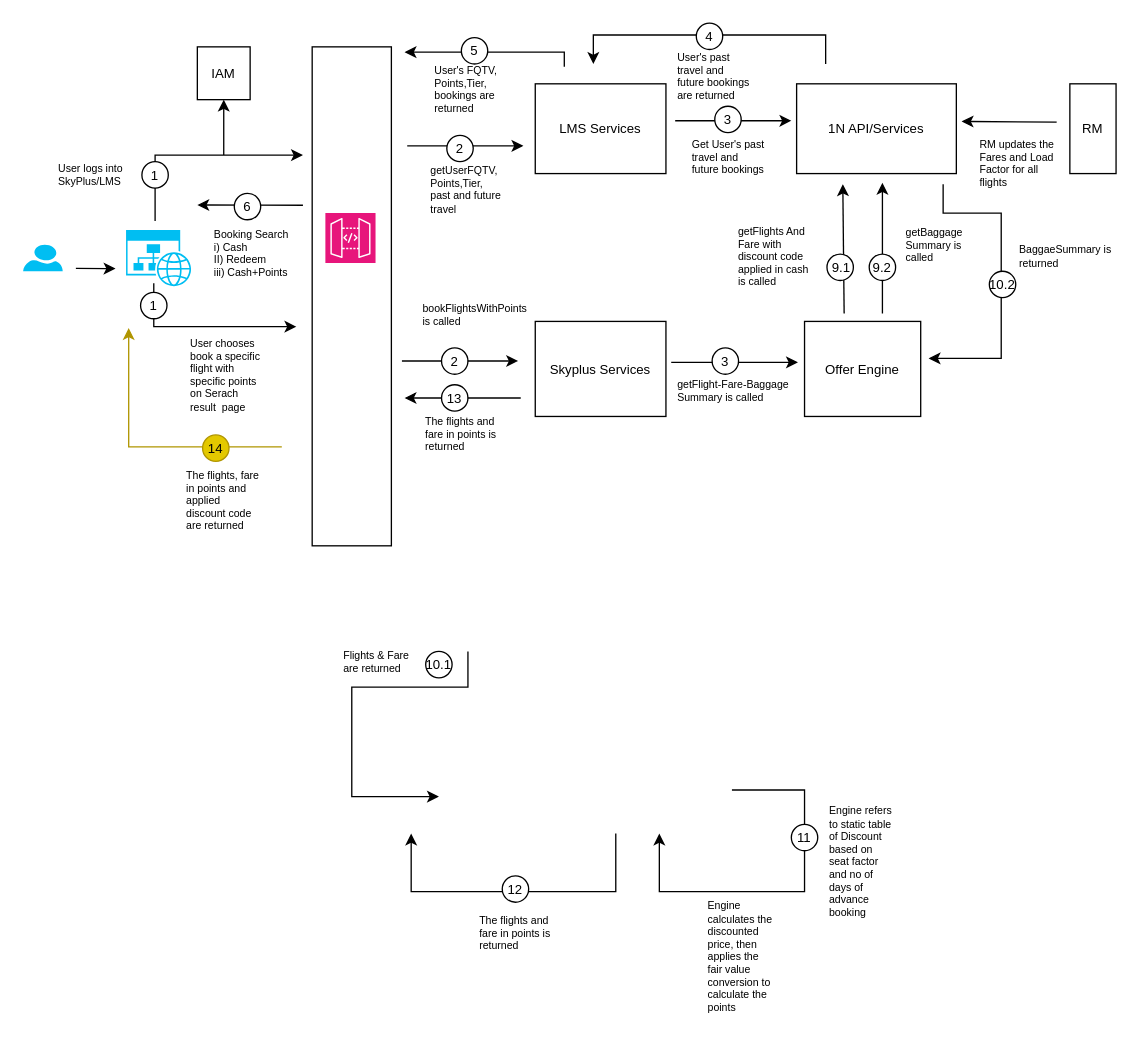
Above: page "Page-2" (2 of 2) of Copy of LM Data Flow.drawio in nchauhan4/drawings (draw.io), before the change. Source tidied: cells renumbered, new cells numbered last; positions are measured from the earlier drawing's top-left corner, leaving out a move shared by most shapes. Both pictures are drawn from the tidied source at 132%, with x=0, y=0 at pixel (22, 22).
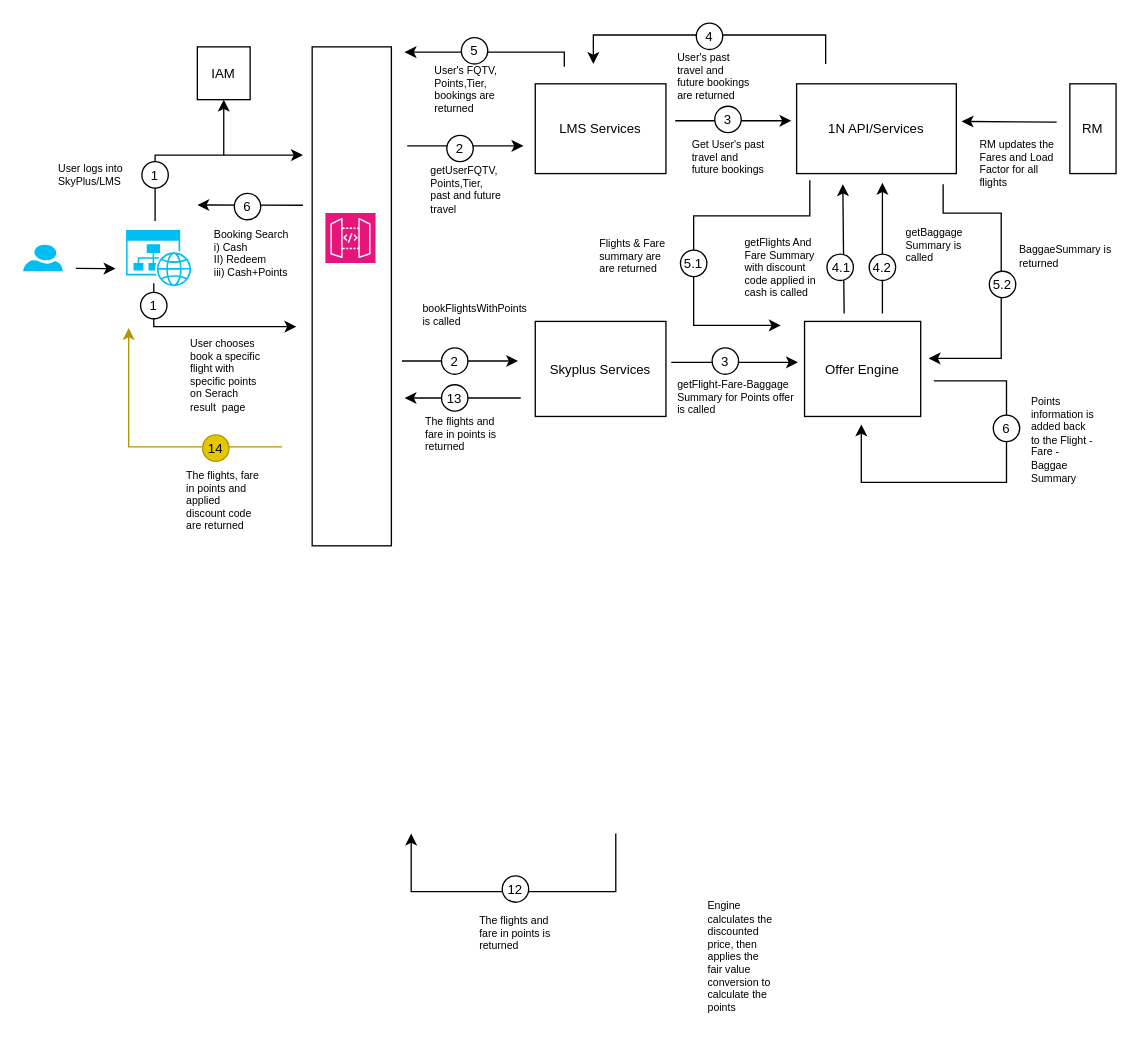
After the change.

The edit, as a diff of the source:
```diff
@@
-    <mxCell id="36" value="getFlights And Fare with discount code applied in cash is called" style="text;html=1;strokeColor=none;fillColor=none;align=left;verticalAlign=top;whiteSpace=wrap;rounded=0;fontSize=8;" parent="1" vertex="1">
-      <mxGeometry x="540" y="146.5" width="58.5" height="58.5" as="geometry" />
+    <mxCell id="36" value="getFlights And Fare Summary&amp;nbsp; with discount code applied in cash is called" style="text;html=1;strokeColor=none;fillColor=none;align=left;verticalAlign=top;whiteSpace=wrap;rounded=0;fontSize=8;" parent="1" vertex="1">
+      <mxGeometry x="545" y="154.5" width="58.5" height="58.5" as="geometry" />
     </mxCell>
@@
-    <mxCell id="50" value="&lt;span style=&quot;font-size: 10px;&quot;&gt;9.1&lt;/span&gt;" style="text;html=1;strokeColor=none;fillColor=none;align=center;verticalAlign=middle;whiteSpace=wrap;rounded=0;" parent="1" vertex="1">
+    <mxCell id="50" value="&lt;span style=&quot;font-size: 10px;&quot;&gt;4.1&lt;/span&gt;" style="text;html=1;strokeColor=none;fillColor=none;align=center;verticalAlign=middle;whiteSpace=wrap;rounded=0;" parent="1" vertex="1">
       <mxGeometry x="605" y="175" width="30" height="20" as="geometry" />
     </mxCell>
@@
-    <mxCell id="52" value="&lt;span style=&quot;font-size: 10px;&quot;&gt;9.2&lt;/span&gt;" style="text;html=1;strokeColor=none;fillColor=none;align=center;verticalAlign=middle;whiteSpace=wrap;rounded=0;" parent="1" vertex="1">
+    <mxCell id="52" value="&lt;span style=&quot;font-size: 10px;&quot;&gt;4.2&lt;/span&gt;" style="text;html=1;strokeColor=none;fillColor=none;align=center;verticalAlign=middle;whiteSpace=wrap;rounded=0;" parent="1" vertex="1">
       <mxGeometry x="636" y="175" width="30" height="20" as="geometry" />
     </mxCell>
@@
     <mxCell id="54" style="endArrow=classic;html=1;rounded=0;" parent="1" edge="1">
       <mxGeometry relative="1" as="geometry">
-        <mxPoint x="337" y="476" as="sourcePoint" />
-        <mxPoint x="315" y="586" as="targetPoint" />
+        <mxPoint x="596" y="119" as="sourcePoint" />
+        <mxPoint x="574" y="229" as="targetPoint" />
         <Array as="points">
-          <mxPoint x="337" y="503" />
-          <mxPoint x="249" y="503" />
-          <mxPoint x="249" y="542" />
-          <mxPoint x="249" y="586" />
+          <mxPoint x="596" y="146" />
+          <mxPoint x="508" y="146" />
+          <mxPoint x="508" y="185" />
+          <mxPoint x="508" y="229" />
         </Array>
       </mxGeometry>
     </mxCell>
     <mxCell id="55" style="ellipse;whiteSpace=wrap;html=1;" parent="1" vertex="1">
-      <mxGeometry x="305" y="476" width="20" height="20" as="geometry" />
+      <mxGeometry x="498" y="172" width="20" height="20" as="geometry" />
     </mxCell>
-    <mxCell id="56" value="&lt;font style=&quot;font-size: 10px;&quot;&gt;10.1&lt;/font&gt;" style="text;html=1;strokeColor=none;fillColor=none;align=center;verticalAlign=middle;whiteSpace=wrap;rounded=0;" parent="1" vertex="1">
-      <mxGeometry x="300" y="476" width="30" height="20" as="geometry" />
+    <mxCell id="56" value="&lt;font style=&quot;font-size: 10px;&quot;&gt;5.1&lt;/font&gt;" style="text;html=1;strokeColor=none;fillColor=none;align=center;verticalAlign=middle;whiteSpace=wrap;rounded=0;" parent="1" vertex="1">
+      <mxGeometry x="493" y="172" width="30" height="20" as="geometry" />
     </mxCell>
-    <mxCell id="57" value="Flights &amp;amp; Fare are returned" style="text;html=1;strokeColor=none;fillColor=none;align=left;verticalAlign=top;whiteSpace=wrap;rounded=0;fontSize=8;" parent="1" vertex="1">
-      <mxGeometry x="241" y="467.5" width="58.5" height="33" as="geometry" />
+    <mxCell id="57" value="Flights &amp;amp; Fare summary are are returned" style="text;html=1;strokeColor=none;fillColor=none;align=left;verticalAlign=top;whiteSpace=wrap;rounded=0;fontSize=8;" parent="1" vertex="1">
+      <mxGeometry x="434.5" y="156" width="58.5" height="33" as="geometry" />
     </mxCell>
-    <mxCell id="58" value="&lt;font style=&quot;font-size: 10px;&quot;&gt;10.2&lt;/font&gt;" style="ellipse;whiteSpace=wrap;html=1;" parent="1" vertex="1">
+    <mxCell id="58" value="&lt;font style=&quot;font-size: 10px;&quot;&gt;5.2&lt;/font&gt;" style="ellipse;whiteSpace=wrap;html=1;" parent="1" vertex="1">
       <mxGeometry x="732" y="188" width="20" height="20" as="geometry" />
     </mxCell>
@@
     <mxCell id="60" style="endArrow=classic;html=1;rounded=0;" parent="1" edge="1">
       <mxGeometry relative="1" as="geometry">
-        <mxPoint x="537" y="581" as="sourcePoint" />
-        <mxPoint x="482" y="614" as="targetPoint" />
+        <mxPoint x="690" y="271" as="sourcePoint" />
+        <mxPoint x="635" y="304" as="targetPoint" />
         <Array as="points">
-          <mxPoint x="592" y="581" />
-          <mxPoint x="592" y="658" />
-          <mxPoint x="482" y="658" />
+          <mxPoint x="745" y="271" />
+          <mxPoint x="745" y="348" />
+          <mxPoint x="635" y="348" />
         </Array>
       </mxGeometry>
     </mxCell>
     <mxCell id="61" style="ellipse;whiteSpace=wrap;html=1;" parent="1" vertex="1">
-      <mxGeometry x="582" y="607" width="20" height="20" as="geometry" />
+      <mxGeometry x="735" y="297" width="20" height="20" as="geometry" />
     </mxCell>
-    <mxCell id="62" value="&lt;font style=&quot;font-size: 10px;&quot;&gt;11&lt;/font&gt;" style="text;html=1;strokeColor=none;fillColor=none;align=center;verticalAlign=middle;whiteSpace=wrap;rounded=0;" parent="1" vertex="1">
-      <mxGeometry x="577" y="607" width="30" height="20" as="geometry" />
+    <mxCell id="62" value="&lt;font style=&quot;font-size: 10px;&quot;&gt;6&lt;/font&gt;" style="text;html=1;strokeColor=none;fillColor=none;align=center;verticalAlign=middle;whiteSpace=wrap;rounded=0;" parent="1" vertex="1">
+      <mxGeometry x="730" y="297" width="30" height="20" as="geometry" />
     </mxCell>
@@
-    <mxCell id="67" value="Engine refers to static table of Discount based on seat factor and no of days of advance booking" style="text;html=1;strokeColor=none;fillColor=none;align=left;verticalAlign=top;whiteSpace=wrap;rounded=0;fontSize=8;" parent="1" vertex="1">
-      <mxGeometry x="609" y="586" width="52" height="94" as="geometry" />
+    <mxCell id="67" value="Points information is added back to the Flight - Fare - Baggae Summary" style="text;html=1;strokeColor=none;fillColor=none;align=left;verticalAlign=top;whiteSpace=wrap;rounded=0;fontSize=8;" parent="1" vertex="1">
+      <mxGeometry x="762" y="276" width="52" height="94" as="geometry" />
     </mxCell>
@@
-    <mxCell id="82" value="getFlight-Fare-Baggage Summary is called" style="text;html=1;strokeColor=none;fillColor=none;align=left;verticalAlign=top;whiteSpace=wrap;rounded=0;fontSize=8;" parent="1" vertex="1">
+    <mxCell id="82" value="getFlight-Fare-Baggage Summary for Points offer is called" style="text;html=1;strokeColor=none;fillColor=none;align=left;verticalAlign=top;whiteSpace=wrap;rounded=0;fontSize=8;" parent="1" vertex="1">
       <mxGeometry x="494" y="263" width="98" height="35" as="geometry" />
     </mxCell>
```
